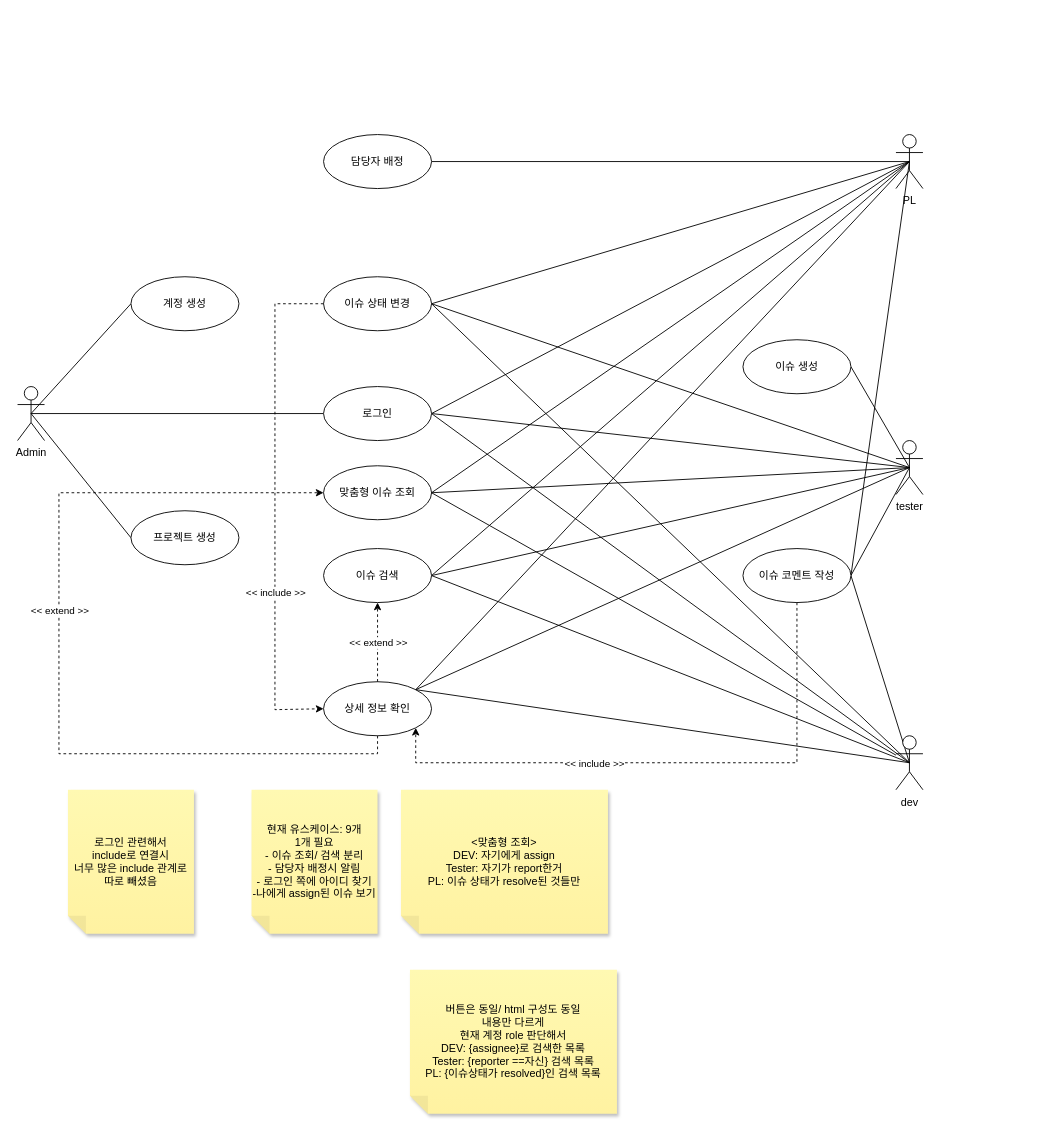
The draw.io diagram 다이어그램 모음집/유스케이스 다이어그램 0601-2.drawio in LuisYou/Term_Project_19, before the edit. Source tidied: cells renumbered, new cells numbered last; positions are measured from the earlier drawing's top-left corner, leaving out a move shared by most shapes. Both pictures are drawn from the tidied source at 90%, with x=0, y=0 at pixel (17, 134).
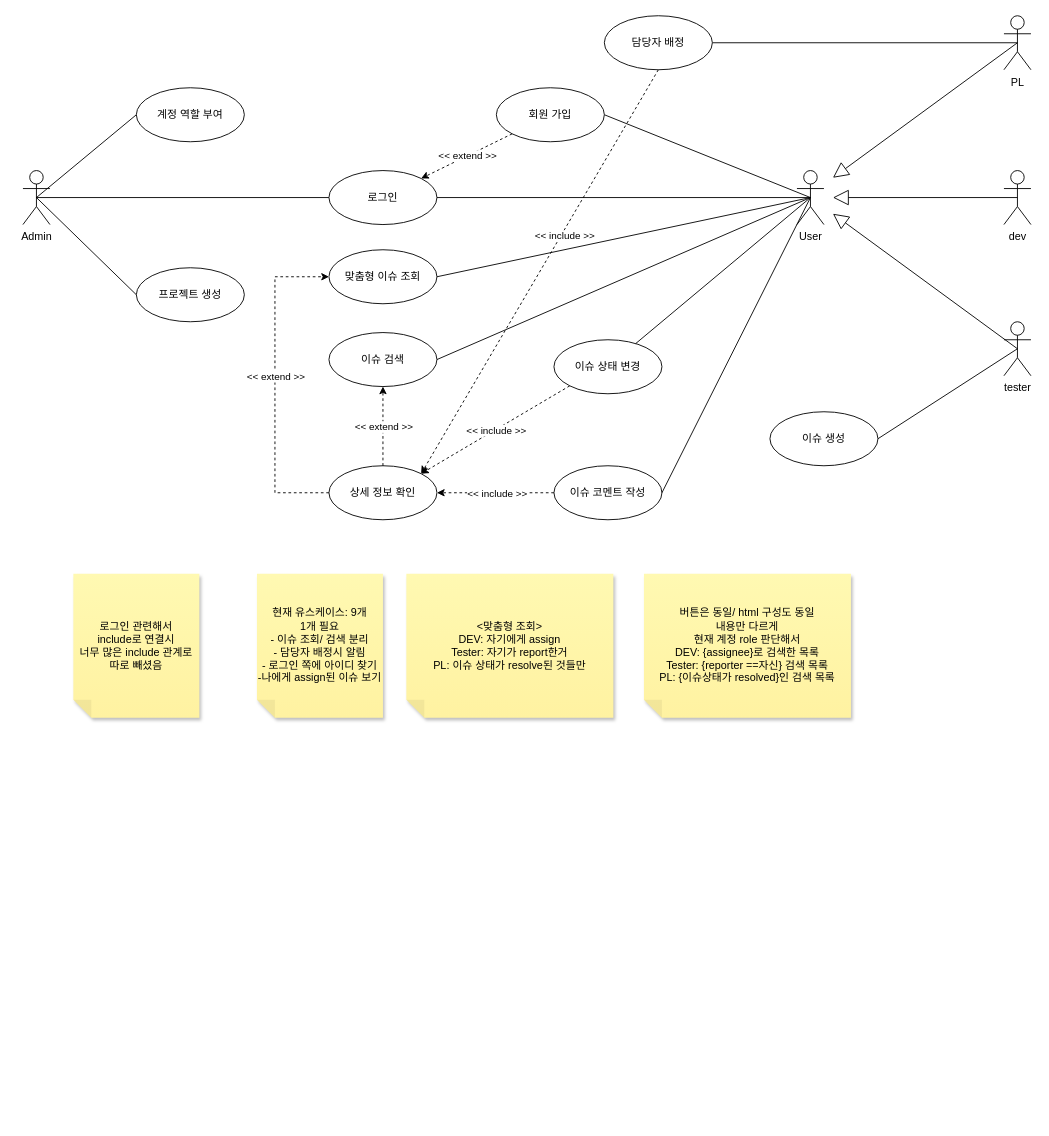
Above is the later version.

Change to the diagram source:
```diff
@@
     <mxCell id="5" value="Admin" style="shape=umlActor;verticalLabelPosition=bottom;verticalAlign=top;html=1;outlineConnect=0;" parent="1" vertex="1">
-      <mxGeometry y="280" width="30" height="60" as="geometry" />
+      <mxGeometry x="6" y="40" width="30" height="60" as="geometry" />
     </mxCell>
@@
-    <mxCell id="7" style="rounded=0;jettySize=auto;html=1;exitX=0.5;exitY=0.5;exitDx=0;exitDy=0;exitPerimeter=0;entryX=1;entryY=0.5;entryDx=0;entryDy=0;endArrow=none;endFill=0;" parent="1" edge="1" source="11" target="29">
-      <mxGeometry relative="1" as="geometry" />
-    </mxCell>
-    <mxCell id="8" style="rounded=0;jettySize=auto;html=1;exitX=0.5;exitY=0.5;exitDx=0;exitDy=0;exitPerimeter=0;entryX=1;entryY=0.5;entryDx=0;entryDy=0;endArrow=none;endFill=0;" parent="1" edge="1" source="11" target="25">
-      <mxGeometry relative="1" as="geometry" />
-    </mxCell>
-    <mxCell id="9" style="rounded=0;jettySize=auto;html=1;exitX=0.5;exitY=0.5;exitDx=0;exitDy=0;exitPerimeter=0;endArrow=none;endFill=0;entryX=1;entryY=0.5;entryDx=0;entryDy=0;" parent="1" edge="1" source="11" target="49">
-      <mxGeometry relative="1" as="geometry" />
-    </mxCell>
-    <mxCell id="10" style="rounded=0;jettySize=auto;html=1;exitX=0.5;exitY=0.5;exitDx=0;exitDy=0;exitPerimeter=0;entryX=1;entryY=0.5;entryDx=0;entryDy=0;endArrow=none;endFill=0;" parent="1" edge="1" source="11" target="26">
-      <mxGeometry relative="1" as="geometry" />
-    </mxCell>
     <mxCell id="11" value="PL" style="shape=umlActor;verticalLabelPosition=bottom;verticalAlign=top;html=1;outlineConnect=0;" parent="1" vertex="1">
-      <mxGeometry x="976" width="30" height="60" as="geometry" />
+      <mxGeometry x="1096" y="-132" width="30" height="60" as="geometry" />
     </mxCell>
-    <mxCell id="12" style="rounded=0;jettySize=auto;html=1;exitX=0.5;exitY=0.5;exitDx=0;exitDy=0;exitPerimeter=0;entryX=1;entryY=0.5;entryDx=0;entryDy=0;endArrow=none;endFill=0;" parent="1" edge="1" source="16" target="29">
-      <mxGeometry relative="1" as="geometry" />
-    </mxCell>
-    <mxCell id="13" style="rounded=0;jettySize=auto;html=1;exitX=0.5;exitY=0.5;exitDx=0;exitDy=0;exitPerimeter=0;entryX=1;entryY=0.5;entryDx=0;entryDy=0;endArrow=none;endFill=0;" parent="1" edge="1" source="16" target="25">
-      <mxGeometry relative="1" as="geometry" />
-    </mxCell>
-    <mxCell id="14" style="rounded=0;jettySize=auto;html=1;exitX=0.5;exitY=0.5;exitDx=0;exitDy=0;exitPerimeter=0;entryX=1;entryY=0.5;entryDx=0;entryDy=0;endArrow=none;endFill=0;" parent="1" edge="1" source="16" target="49">
-      <mxGeometry relative="1" as="geometry" />
-    </mxCell>
-    <mxCell id="15" style="rounded=0;jettySize=auto;html=1;exitX=0.5;exitY=0.5;exitDx=0;exitDy=0;exitPerimeter=0;entryX=1;entryY=0.5;entryDx=0;entryDy=0;endArrow=none;endFill=0;" parent="1" edge="1" source="16" target="26">
-      <mxGeometry relative="1" as="geometry" />
-    </mxCell>
-    <mxCell id="16" value="dev" style="shape=umlActor;verticalLabelPosition=bottom;verticalAlign=top;html=1;outlineConnect=0;" parent="1" vertex="1">
-      <mxGeometry x="976" y="668" width="30" height="60" as="geometry" />
+    <mxCell id="16" value="tester" style="shape=umlActor;verticalLabelPosition=bottom;verticalAlign=top;html=1;outlineConnect=0;" parent="1" vertex="1">
+      <mxGeometry x="1096" y="208" width="30" height="60" as="geometry" />
     </mxCell>
-    <mxCell id="17" style="rounded=0;jettySize=auto;html=1;exitX=0.5;exitY=0.5;exitDx=0;exitDy=0;exitPerimeter=0;entryX=1;entryY=0.5;entryDx=0;entryDy=0;endArrow=none;endFill=0;" parent="1" edge="1" source="22" target="29">
-      <mxGeometry relative="1" as="geometry" />
-    </mxCell>
-    <mxCell id="18" style="rounded=0;jettySize=auto;html=1;exitX=0.5;exitY=0.5;exitDx=0;exitDy=0;exitPerimeter=0;entryX=1;entryY=0.5;entryDx=0;entryDy=0;endArrow=none;endFill=0;" parent="1" edge="1" source="22" target="25">
-      <mxGeometry relative="1" as="geometry" />
-    </mxCell>
-    <mxCell id="19" style="rounded=0;jettySize=auto;html=1;exitX=0.5;exitY=0.5;exitDx=0;exitDy=0;exitPerimeter=0;entryX=1;entryY=0.5;entryDx=0;entryDy=0;endArrow=none;endFill=0;" parent="1" edge="1" source="22" target="50">
-      <mxGeometry relative="1" as="geometry" />
-    </mxCell>
-    <mxCell id="20" style="rounded=0;jettySize=auto;html=1;exitX=0.5;exitY=0.5;exitDx=0;exitDy=0;exitPerimeter=0;entryX=1;entryY=0.5;entryDx=0;entryDy=0;endArrow=none;endFill=0;" parent="1" edge="1" source="22" target="49">
-      <mxGeometry relative="1" as="geometry" />
-    </mxCell>
-    <mxCell id="21" style="rounded=0;jettySize=auto;html=1;exitX=0.5;exitY=0.5;exitDx=0;exitDy=0;exitPerimeter=0;entryX=1;entryY=0.5;entryDx=0;entryDy=0;endArrow=none;endFill=0;" parent="1" edge="1" source="22" target="26">
-      <mxGeometry relative="1" as="geometry" />
-    </mxCell>
+    <mxCell id="51" style="rounded=0;jettySize=auto;html=1;exitX=0.5;exitY=0.5;exitDx=0;exitDy=0;exitPerimeter=0;endArrow=none;endFill=0;entryX=1;entryY=0.5;entryDx=0;entryDy=0;" parent="1" edge="1" source="16" target="50">
+      <mxGeometry relative="1" as="geometry" />
+    </mxCell>
-    <mxCell id="22" value="tester" style="shape=umlActor;verticalLabelPosition=bottom;verticalAlign=top;html=1;outlineConnect=0;" parent="1" vertex="1">
-      <mxGeometry x="976" y="340" width="30" height="60" as="geometry" />
+    <mxCell id="22" value="dev" style="shape=umlActor;verticalLabelPosition=bottom;verticalAlign=top;html=1;outlineConnect=0;" parent="1" vertex="1">
+      <mxGeometry x="1096" y="40" width="30" height="60" as="geometry" />
     </mxCell>
-    <mxCell id="23" value="계정 생성" style="ellipse;whiteSpace=wrap;html=1;" parent="1" vertex="1">
-      <mxGeometry x="126" y="158" width="120" height="60" as="geometry" />
+    <mxCell id="23" value="계정 역할 부여" style="ellipse;whiteSpace=wrap;html=1;" parent="1" vertex="1">
+      <mxGeometry x="132" y="-52" width="120" height="60" as="geometry" />
     </mxCell>
     <mxCell id="24" value="프로젝트 생성" style="ellipse;whiteSpace=wrap;html=1;" parent="1" vertex="1">
-      <mxGeometry x="126" y="418" width="120" height="60" as="geometry" />
+      <mxGeometry x="132" y="148" width="120" height="60" as="geometry" />
     </mxCell>
     <mxCell id="25" value="이슈 검색" style="ellipse;whiteSpace=wrap;html=1;" parent="1" vertex="1">
-      <mxGeometry x="340" y="460" width="120" height="60" as="geometry" />
+      <mxGeometry x="346" y="220" width="120" height="60" as="geometry" />
     </mxCell>
     <mxCell id="26" value="이슈 상태 변경" style="ellipse;whiteSpace=wrap;html=1;" parent="1" vertex="1">
-      <mxGeometry x="340" y="158" width="120" height="60" as="geometry" />
+      <mxGeometry x="596" y="228" width="120" height="60" as="geometry" />
     </mxCell>
     <mxCell id="27" value="상세 정보 확인" style="ellipse;whiteSpace=wrap;html=1;" parent="1" vertex="1">
-      <mxGeometry x="340" y="608" width="120" height="60" as="geometry" />
+      <mxGeometry x="346" y="368" width="120" height="60" as="geometry" />
     </mxCell>
     <mxCell id="28" value="담당자 배정" style="ellipse;whiteSpace=wrap;html=1;" parent="1" vertex="1">
-      <mxGeometry x="340" width="120" height="60" as="geometry" />
+      <mxGeometry x="652" y="-132" width="120" height="60" as="geometry" />
     </mxCell>
     <mxCell id="29" value="로그인" style="ellipse;whiteSpace=wrap;html=1;" parent="1" vertex="1">
-      <mxGeometry x="340" y="280" width="120" height="60" as="geometry" />
+      <mxGeometry x="346" y="40" width="120" height="60" as="geometry" />
     </mxCell>
@@
-    <mxCell id="32" style="endArrow=classic;html=1;rounded=0;dashed=1;exitX=0.5;exitY=1;exitDx=0;exitDy=0;entryX=1;entryY=1;entryDx=0;entryDy=0;edgeStyle=orthogonalEdgeStyle;" parent="1" edge="1" source="49" target="27">
-      <mxGeometry relative="1" as="geometry">
-        <Array as="points">
-          <mxPoint x="866" y="698" />
-          <mxPoint x="442" y="698" />
-        </Array>
-      </mxGeometry>
+    <mxCell id="32" style="endArrow=classic;html=1;rounded=0;dashed=1;entryX=1;entryY=0.5;entryDx=0;entryDy=0;exitX=0;exitY=0.5;exitDx=0;exitDy=0;" parent="1" edge="1" source="49" target="27">
+      <mxGeometry relative="1" as="geometry" />
     </mxCell>
     <mxCell id="33" value="&amp;lt;&amp;lt; include &amp;gt;&amp;gt;" style="edgeLabel;html=1;align=center;verticalAlign=middle;" parent="32" vertex="1">
       <mxGeometry relative="1" as="geometry">
-        <mxPoint x="-84" as="offset" />
+        <mxPoint x="1" as="offset" />
       </mxGeometry>
     </mxCell>
-    <mxCell id="34" style="endArrow=classic;html=1;rounded=0;exitX=0;exitY=0.5;exitDx=0;exitDy=0;entryX=0;entryY=0.5;entryDx=0;entryDy=0;dashed=1;edgeStyle=orthogonalEdgeStyle;" parent="1" edge="1" source="26" target="27">
-      <mxGeometry relative="1" as="geometry">
-        <Array as="points">
-          <mxPoint x="286" y="188" />
-          <mxPoint x="286" y="639" />
-        </Array>
-      </mxGeometry>
-    </mxCell>
-    <mxCell id="35" value="&amp;lt;&amp;lt; include &amp;gt;&amp;gt;" style="edgeLabel;html=1;align=center;verticalAlign=middle;" parent="34" vertex="1">
-      <mxGeometry relative="1" as="geometry">
-        <mxPoint y="94" as="offset" />
-      </mxGeometry>
-    </mxCell>
     <mxCell id="36" value="로그인 관련해서&lt;br&gt;include로 연결시&lt;br&gt;너무 많은 include 관계로&lt;br&gt;따로 빼셨음" style="shape=note;whiteSpace=wrap;html=1;backgroundOutline=1;fontColor=#000000;darkOpacity=0.05;fillColor=#FFF9B2;strokeColor=none;fillStyle=solid;direction=west;gradientDirection=north;gradientColor=#FFF2A1;shadow=1;size=20;" parent="1" vertex="1">
-      <mxGeometry x="56" y="728" width="140" height="160" as="geometry" />
+      <mxGeometry x="62" y="488" width="140" height="160" as="geometry" />
     </mxCell>
     <mxCell id="37" value="&lt;div&gt;현재 유스케이스: 9개&lt;/div&gt;&lt;div&gt;1개 필요&lt;/div&gt;&lt;div&gt;- 이슈 조회/ 검색 분리&lt;/div&gt;&lt;div&gt;- 담당자 배정시 알림&lt;/div&gt;&lt;div&gt;- 로그인 쪽에 아이디 찾기&lt;/div&gt;&lt;div&gt;-나에게 assign된 이슈 보기&lt;br&gt;&lt;/div&gt;" style="shape=note;whiteSpace=wrap;html=1;backgroundOutline=1;fontColor=#000000;darkOpacity=0.05;fillColor=#FFF9B2;strokeColor=none;fillStyle=solid;direction=west;gradientDirection=north;gradientColor=#FFF2A1;shadow=1;size=20;" parent="1" vertex="1">
-      <mxGeometry x="260" y="728" width="140" height="160" as="geometry" />
+      <mxGeometry x="266" y="488" width="140" height="160" as="geometry" />
     </mxCell>
     <mxCell id="38" value="&lt;div&gt;&amp;lt;맞춤형 조회&amp;gt;&lt;br&gt;&lt;/div&gt;&lt;div&gt;DEV: 자기에게 assign&lt;/div&gt;&lt;div&gt;Tester: 자기가 report한거&lt;/div&gt;&lt;div&gt;PL: 이슈 상태가 resolve된 것들만 &lt;br&gt;&lt;/div&gt;" style="shape=note;whiteSpace=wrap;html=1;backgroundOutline=1;fontColor=#000000;darkOpacity=0.05;fillColor=#FFF9B2;strokeColor=none;fillStyle=solid;direction=west;gradientDirection=north;gradientColor=#FFF2A1;shadow=1;size=20;" parent="1" vertex="1">
-      <mxGeometry x="426" y="728" width="230" height="160" as="geometry" />
+      <mxGeometry x="432" y="488" width="230" height="160" as="geometry" />
     </mxCell>
     <mxCell id="39" value="&lt;div&gt;버튼은 동일/ html 구성도 동일&lt;/div&gt;&lt;div&gt;내용만 다르게&lt;br&gt;현재 계정 role 판단해서&lt;/div&gt;&lt;div&gt;DEV: {assignee}로 검색한 목록&lt;/div&gt;&lt;div&gt;Tester: {reporter ==자신} 검색 목록&lt;br&gt;PL: {이슈상태가 resolved}인 검색 목록&lt;br&gt;&lt;/div&gt;" style="shape=note;whiteSpace=wrap;html=1;backgroundOutline=1;fontColor=#000000;darkOpacity=0.05;fillColor=#FFF9B2;strokeColor=none;fillStyle=solid;direction=west;gradientDirection=north;gradientColor=#FFF2A1;shadow=1;size=20;" parent="1" vertex="1">
-      <mxGeometry x="436" y="928" width="230" height="160" as="geometry" />
+      <mxGeometry x="696" y="488" width="230" height="160" as="geometry" />
     </mxCell>
     <mxCell id="40" value="맞춤형 이슈 조회" style="ellipse;whiteSpace=wrap;html=1;" parent="1" vertex="1">
-      <mxGeometry x="340" y="368" width="120" height="60" as="geometry" />
+      <mxGeometry x="346" y="128" width="120" height="60" as="geometry" />
     </mxCell>
-    <mxCell id="41" style="rounded=0;jettySize=auto;html=1;exitX=0.5;exitY=0.5;exitDx=0;exitDy=0;exitPerimeter=0;entryX=1;entryY=0.5;entryDx=0;entryDy=0;endArrow=none;endFill=0;" parent="1" edge="1" source="11" target="40">
-      <mxGeometry relative="1" as="geometry" />
-    </mxCell>
-    <mxCell id="42" style="rounded=0;jettySize=auto;html=1;exitX=0.5;exitY=0.5;exitDx=0;exitDy=0;exitPerimeter=0;endArrow=none;endFill=0;entryX=1;entryY=0.5;entryDx=0;entryDy=0;" parent="1" edge="1" source="22" target="40">
-      <mxGeometry relative="1" as="geometry" />
-    </mxCell>
-    <mxCell id="43" style="rounded=0;jettySize=auto;html=1;endArrow=none;endFill=0;entryX=1;entryY=0.5;entryDx=0;entryDy=0;" parent="1" edge="1" source="16" target="40">
-      <mxGeometry relative="1" as="geometry" />
-    </mxCell>
-    <mxCell id="44" style="endArrow=classic;html=1;rounded=0;exitX=0.5;exitY=1;exitDx=0;exitDy=0;entryX=0;entryY=0.5;entryDx=0;entryDy=0;dashed=1;edgeStyle=orthogonalEdgeStyle;" parent="1" edge="1" source="27" target="40">
+    <mxCell id="44" style="endArrow=classic;html=1;rounded=0;exitX=0;exitY=0.5;exitDx=0;exitDy=0;entryX=0;entryY=0.5;entryDx=0;entryDy=0;dashed=1;edgeStyle=orthogonalEdgeStyle;" parent="1" edge="1" source="27" target="40">
       <mxGeometry relative="1" as="geometry">
         <Array as="points">
-          <mxPoint x="400" y="688" />
-          <mxPoint x="46" y="688" />
-          <mxPoint x="46" y="398" />
+          <mxPoint x="286" y="398" />
+          <mxPoint x="286" y="158" />
         </Array>
       </mxGeometry>
     </mxCell>
     <mxCell id="45" value="&amp;lt;&amp;lt; extend &amp;gt;&amp;gt;" style="edgeLabel;html=1;align=center;verticalAlign=middle;" parent="44" vertex="1">
       <mxGeometry relative="1" as="geometry">
-        <mxPoint y="-55" as="offset" />
+        <mxPoint y="-10" as="offset" />
       </mxGeometry>
     </mxCell>
-    <mxCell id="46" style="rounded=0;jettySize=auto;html=1;exitX=0.5;exitY=0.5;exitDx=0;exitDy=0;exitPerimeter=0;entryX=1;entryY=0;entryDx=0;entryDy=0;endArrow=none;endFill=0;" parent="1" edge="1" source="11" target="27">
-      <mxGeometry relative="1" as="geometry" />
-    </mxCell>
-    <mxCell id="47" style="rounded=0;jettySize=auto;html=1;exitX=0.5;exitY=0.5;exitDx=0;exitDy=0;exitPerimeter=0;entryX=1;entryY=0;entryDx=0;entryDy=0;endArrow=none;endFill=0;" parent="1" edge="1" source="22" target="27">
-      <mxGeometry relative="1" as="geometry" />
-    </mxCell>
-    <mxCell id="48" style="rounded=0;jettySize=auto;html=1;exitX=0.5;exitY=0.5;exitDx=0;exitDy=0;exitPerimeter=0;entryX=1;entryY=0;entryDx=0;entryDy=0;endArrow=none;endFill=0;" parent="1" edge="1" source="16" target="27">
-      <mxGeometry relative="1" as="geometry" />
-    </mxCell>
     <mxCell id="49" value="이슈 코멘트 작성" style="ellipse;whiteSpace=wrap;html=1;" parent="1" vertex="1">
-      <mxGeometry x="806" y="460" width="120" height="60" as="geometry" />
+      <mxGeometry x="596" y="368" width="120" height="60" as="geometry" />
     </mxCell>
     <mxCell id="50" value="이슈 생성" style="ellipse;whiteSpace=wrap;html=1;" parent="1" vertex="1">
-      <mxGeometry x="806" y="228" width="120" height="60" as="geometry" />
+      <mxGeometry x="836" y="308" width="120" height="60" as="geometry" />
     </mxCell>
+    <mxCell id="52" style="rounded=0;jettySize=auto;html=1;exitX=0.5;exitY=0.5;exitDx=0;exitDy=0;exitPerimeter=0;entryX=1;entryY=0.5;entryDx=0;entryDy=0;endArrow=none;endFill=0;" parent="1" edge="1" source="58" target="29">
+      <mxGeometry relative="1" as="geometry" />
+    </mxCell>
+    <mxCell id="53" style="rounded=0;jettySize=auto;html=1;exitX=0.5;exitY=0.5;exitDx=0;exitDy=0;exitPerimeter=0;entryX=1;entryY=0.5;entryDx=0;entryDy=0;endArrow=none;endFill=0;" parent="1" edge="1" source="58" target="40">
+      <mxGeometry relative="1" as="geometry" />
+    </mxCell>
+    <mxCell id="54" style="rounded=0;jettySize=auto;html=1;exitX=0.5;exitY=0.5;exitDx=0;exitDy=0;exitPerimeter=0;entryX=1;entryY=0.5;entryDx=0;entryDy=0;endArrow=none;endFill=0;" parent="1" edge="1" source="58" target="25">
+      <mxGeometry relative="1" as="geometry" />
+    </mxCell>
+    <mxCell id="55" style="rounded=0;jettySize=auto;html=1;exitX=0.5;exitY=0.5;exitDx=0;exitDy=0;exitPerimeter=0;entryX=1;entryY=0.5;entryDx=0;entryDy=0;endArrow=none;endFill=0;" parent="1" edge="1" source="58" target="62">
+      <mxGeometry relative="1" as="geometry" />
+    </mxCell>
+    <mxCell id="56" style="rounded=0;jettySize=auto;html=1;exitX=0.5;exitY=0.5;exitDx=0;exitDy=0;exitPerimeter=0;endArrow=none;endFill=0;" parent="1" edge="1" source="58" target="26">
+      <mxGeometry relative="1" as="geometry" />
+    </mxCell>
+    <mxCell id="57" style="rounded=0;jettySize=auto;html=1;exitX=0.5;exitY=0.5;exitDx=0;exitDy=0;exitPerimeter=0;entryX=1;entryY=0.5;entryDx=0;entryDy=0;endArrow=none;endFill=0;" parent="1" edge="1" source="58" target="49">
+      <mxGeometry relative="1" as="geometry" />
+    </mxCell>
+    <mxCell id="58" value="User" style="shape=umlActor;verticalLabelPosition=bottom;verticalAlign=top;html=1;outlineConnect=0;" parent="1" vertex="1">
+      <mxGeometry x="866" y="40" width="30" height="60" as="geometry" />
+    </mxCell>
+    <mxCell id="59" style="rounded=0;jettySize=auto;html=1;endArrow=block;endFill=0;endSize=15;exitX=0.5;exitY=0.5;exitDx=0;exitDy=0;exitPerimeter=0;" parent="1" edge="1" source="11">
+      <mxGeometry relative="1" as="geometry">
+        <mxPoint x="906" y="48" as="targetPoint" />
+      </mxGeometry>
+    </mxCell>
+    <mxCell id="60" style="rounded=0;jettySize=auto;html=1;exitX=0.5;exitY=0.5;exitDx=0;exitDy=0;exitPerimeter=0;endArrow=block;endFill=0;endSize=15;" parent="1" edge="1" source="22">
+      <mxGeometry relative="1" as="geometry">
+        <mxPoint x="906" y="70" as="targetPoint" />
+      </mxGeometry>
+    </mxCell>
+    <mxCell id="61" style="rounded=0;jettySize=auto;html=1;exitX=0.5;exitY=0.5;exitDx=0;exitDy=0;exitPerimeter=0;endArrow=block;endFill=0;endSize=15;" parent="1" edge="1" source="16">
+      <mxGeometry relative="1" as="geometry">
+        <mxPoint x="906" y="88" as="targetPoint" />
+      </mxGeometry>
+    </mxCell>
+    <mxCell id="62" value="회원 가입" style="ellipse;whiteSpace=wrap;html=1;" parent="1" vertex="1">
+      <mxGeometry x="532" y="-52" width="120" height="60" as="geometry" />
+    </mxCell>
+    <mxCell id="63" style="endArrow=classic;html=1;rounded=0;entryX=1;entryY=0;entryDx=0;entryDy=0;dashed=1;exitX=0;exitY=1;exitDx=0;exitDy=0;" parent="1" edge="1" source="62" target="29">
+      <mxGeometry relative="1" as="geometry" />
+    </mxCell>
+    <mxCell id="64" value="&amp;lt;&amp;lt; extend &amp;gt;&amp;gt;" style="edgeLabel;html=1;align=center;verticalAlign=middle;" parent="63" vertex="1">
+      <mxGeometry relative="1" as="geometry" />
+    </mxCell>
+    <mxCell id="34" style="endArrow=classic;html=1;rounded=0;exitX=0;exitY=1;exitDx=0;exitDy=0;entryX=1;entryY=0;entryDx=0;entryDy=0;dashed=1;" parent="1" edge="1" source="26" target="27">
+      <mxGeometry relative="1" as="geometry" />
+    </mxCell>
+    <mxCell id="65" value="&amp;lt;&amp;lt; include &amp;gt;&amp;gt;" style="edgeLabel;html=1;align=center;verticalAlign=middle;" parent="34" vertex="1">
+      <mxGeometry relative="1" as="geometry">
+        <mxPoint x="1" as="offset" />
+      </mxGeometry>
+    </mxCell>
+    <mxCell id="66" style="endArrow=classic;html=1;rounded=0;dashed=1;exitX=0.5;exitY=1;exitDx=0;exitDy=0;entryX=1;entryY=0;entryDx=0;entryDy=0;" parent="1" edge="1" source="28" target="27">
+      <mxGeometry relative="1" as="geometry" />
+    </mxCell>
+    <mxCell id="67" value="&amp;lt;&amp;lt; include &amp;gt;&amp;gt;" style="edgeLabel;html=1;align=center;verticalAlign=middle;" parent="66" vertex="1">
+      <mxGeometry relative="1" as="geometry">
+        <mxPoint x="27" y="-40" as="offset" />
+      </mxGeometry>
+    </mxCell>
```
